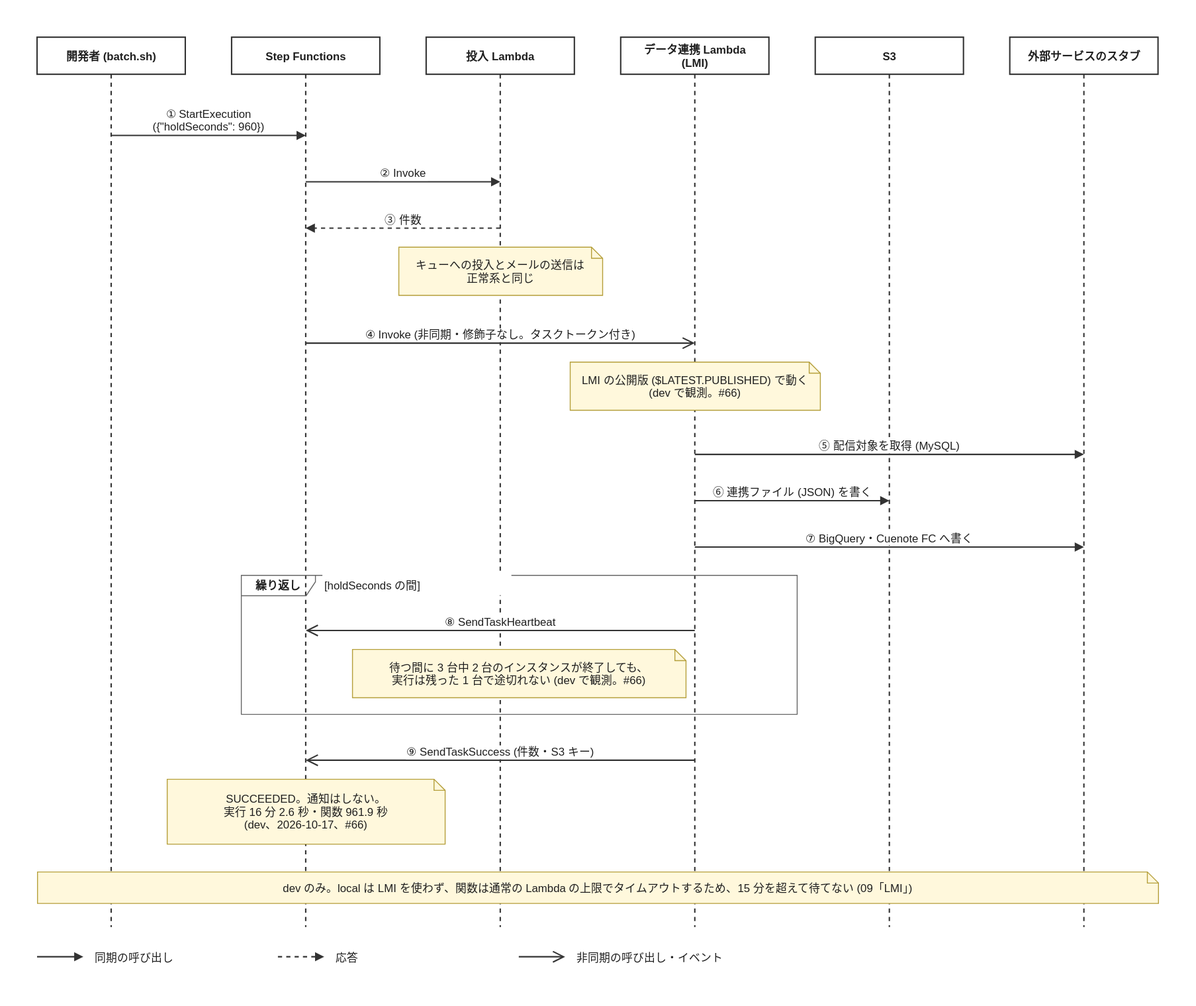
Above: docs/images/sequences/long-run-lmi.drawio.svg in kojikawazu/serverless-practice-app (draw.io), before the change. Source tidied: cells renumbered, new cells last; positions are measured from the earlier drawing's top-left corner, leaving out a move shared by most shapes.
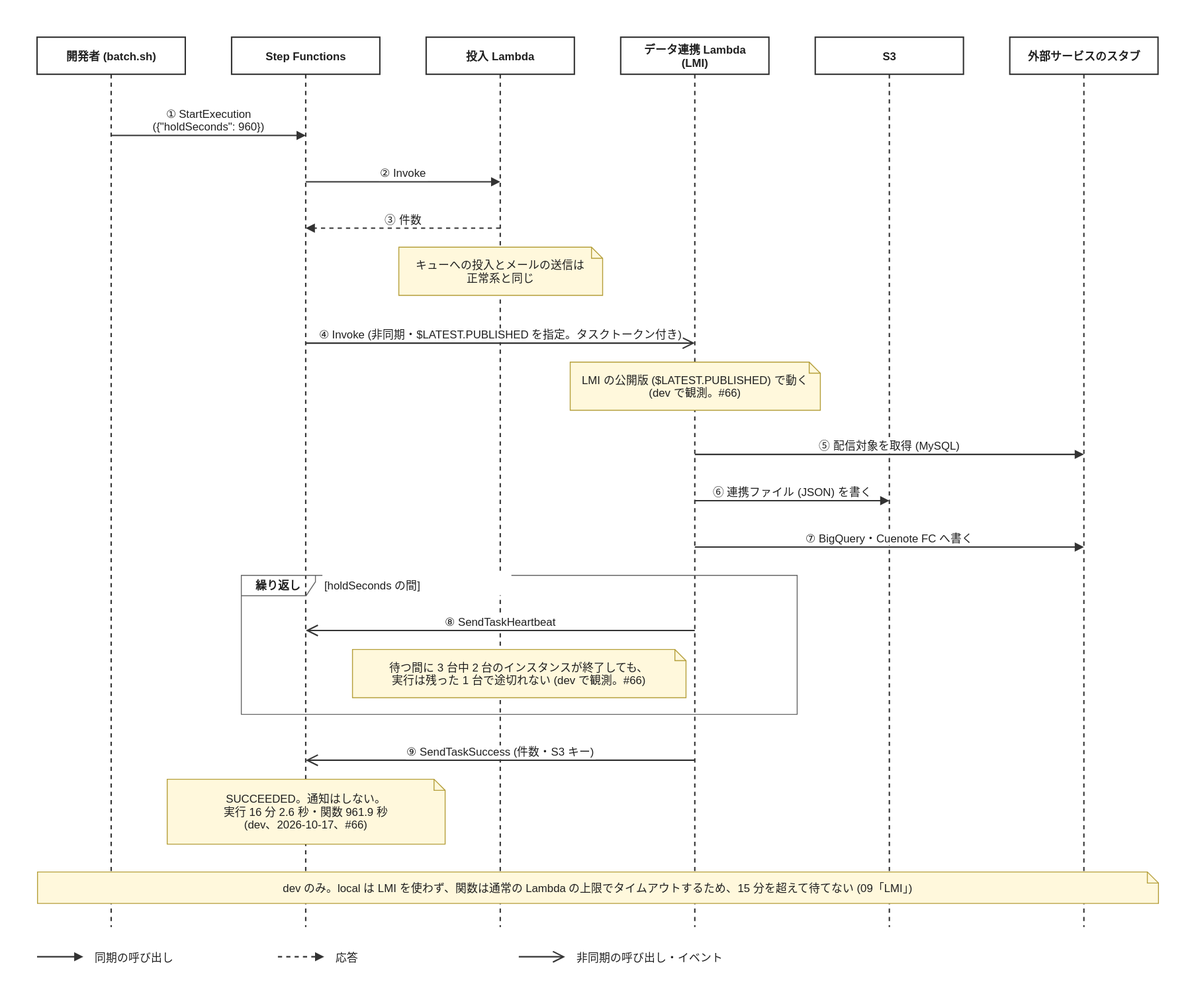
Above is the later version.

Diff of the diagram source:
```diff
@@ -35,7 +35,7 @@
     <mxCell id="12" value="キューへの投入とメールの送信は&#10;正常系と同じ" style="shape=note;size=12;html=0;fillColor=#FFF8DC;strokeColor=#B59F3B;strokeWidth=1;fontSize=12;fontColor=#1F1F1F;align=center;verticalAlign=middle;spacingLeft=8;spacingRight=8;" parent="1" vertex="1">
       <mxGeometry x="430" y="266" width="220" height="52" as="geometry" />
     </mxCell>
-    <mxCell id="13" value="④ Invoke (非同期・修飾子なし。タスクトークン付き)" style="html=0;rounded=0;strokeColor=#333333;strokeWidth=1.5;fontSize=12;fontColor=#1F1F1F;verticalAlign=bottom;labelBackgroundColor=#FFFFFF;endArrow=open;endFill=0;endSize=10;exitX=0.5;exitY=0.3438;exitPerimeter=0;entryX=0.5;entryY=0.3438;entryPerimeter=0;" parent="1" edge="1" source="4" target="6">
+    <mxCell id="13" value="④ Invoke (非同期・$LATEST.PUBLISHED を指定。タスクトークン付き)" style="html=0;rounded=0;strokeColor=#333333;strokeWidth=1.5;fontSize=12;fontColor=#1F1F1F;verticalAlign=bottom;labelBackgroundColor=#FFFFFF;endArrow=open;endFill=0;endSize=10;exitX=0.5;exitY=0.3438;exitPerimeter=0;entryX=0.5;entryY=0.3438;entryPerimeter=0;" parent="1" edge="1" source="4" target="6">
       <mxGeometry relative="1" as="geometry" />
     </mxCell>
     <mxCell id="14" value="LMI の公開版 ($LATEST.PUBLISHED) で動く&#10;(dev で観測。#66)" style="shape=note;size=12;html=0;fillColor=#FFF8DC;strokeColor=#B59F3B;strokeWidth=1;fontSize=12;fontColor=#1F1F1F;align=center;verticalAlign=middle;spacingLeft=8;spacingRight=8;" parent="1" vertex="1">
```
